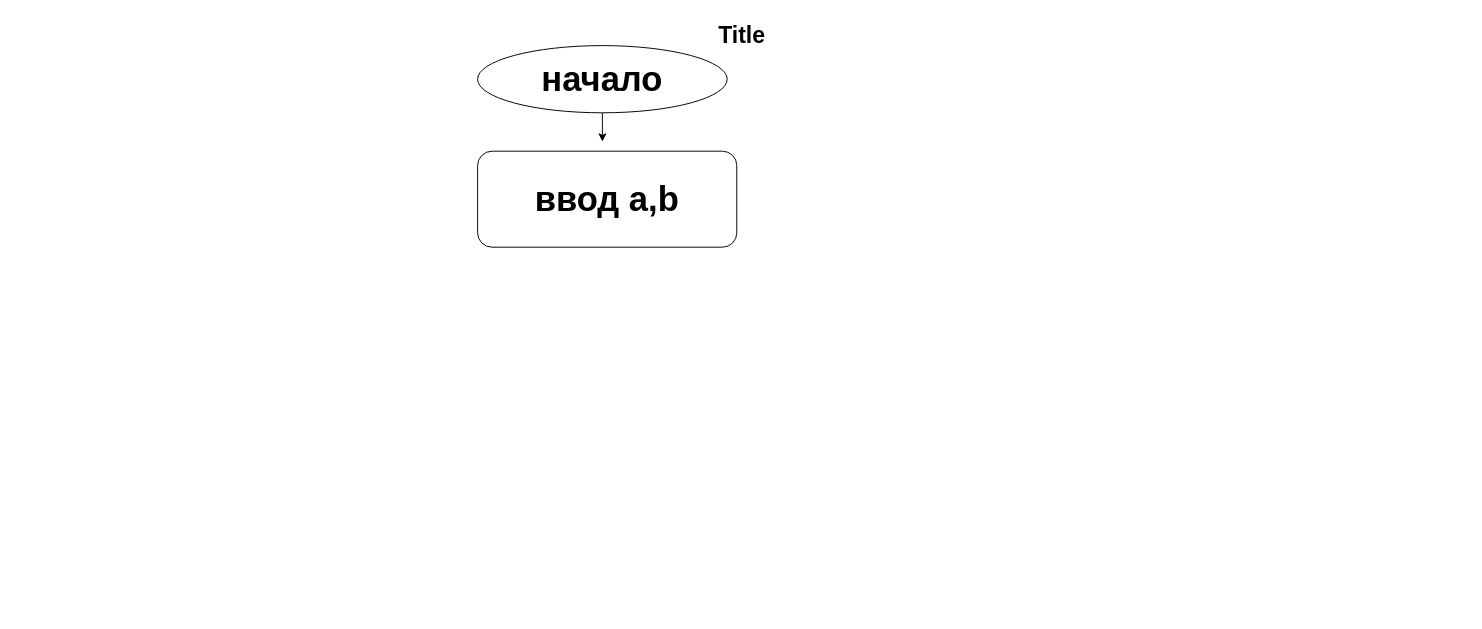
icerazor1989/GbDZ keeps this draw.io diagram as Untitled Diagram.drawio. Above is the earlier version. Source tidied: cells renumbered, new cells numbered last; positions are measured from the earlier drawing's top-left corner, leaving out a move shared by most shapes. Both pictures are drawn from the tidied source at 96%, with x=0, y=0 at pixel (16, 16).
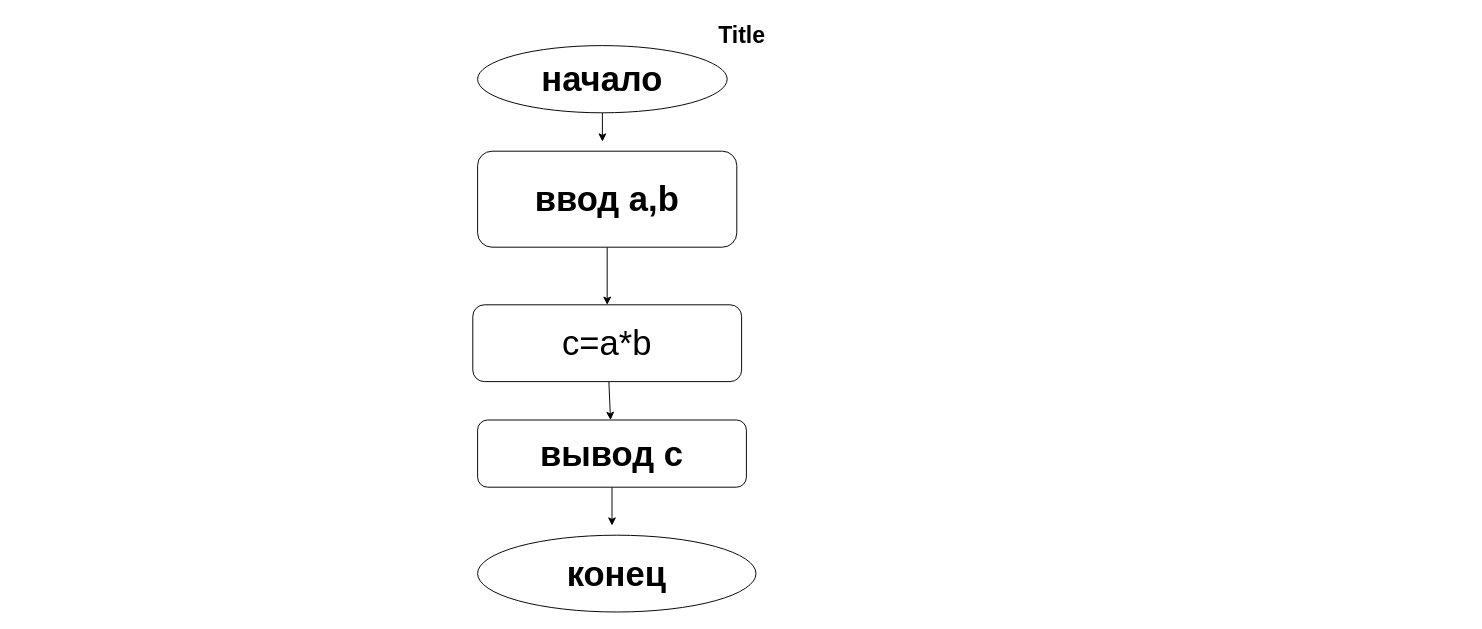
After the change.

The edit, as a diff of the source:
```diff
@@
 <mxGraphModel>
   <root>
     <mxCell id="0" />
     <mxCell id="1" parent="0" />
     <mxCell id="2" value="Title" style="text;strokeColor=none;fillColor=none;html=1;fontSize=24;fontStyle=1;verticalAlign=middle;align=center;" parent="1" vertex="1">
       <mxGeometry width="1510" height="40" as="geometry" />
     </mxCell>
     <mxCell id="3" style="edgeStyle=orthogonalEdgeStyle;rounded=0;jettySize=auto;html=1;exitX=0.5;exitY=1;exitDx=0;exitDy=0;" parent="1" edge="1" source="4">
       <mxGeometry relative="1" as="geometry">
         <mxPoint x="610" y="130" as="targetPoint" />
       </mxGeometry>
     </mxCell>
     <mxCell id="4" value="&lt;span style=&quot;font-size: 36px&quot;&gt;&lt;b&gt;начало&lt;/b&gt;&lt;/span&gt;" style="ellipse;whiteSpace=wrap;html=1;strokeColor=#000000;" parent="1" vertex="1">
       <mxGeometry x="480" y="30" width="260" height="70" as="geometry" />
     </mxCell>
+    <mxCell id="6" style="edgeStyle=none;rounded=0;jettySize=auto;html=1;" parent="1" edge="1" source="5">
+      <mxGeometry relative="1" as="geometry">
+        <mxPoint x="615" y="300" as="targetPoint" />
+      </mxGeometry>
+    </mxCell>
     <mxCell id="5" value="&lt;font style=&quot;font-size: 36px&quot;&gt;&lt;b&gt;ввод a,b&lt;/b&gt;&lt;/font&gt;" style="rounded=1;whiteSpace=wrap;html=1;strokeColor=#000000;" parent="1" vertex="1">
       <mxGeometry x="480" y="140" width="270" height="100" as="geometry" />
     </mxCell>
+    <mxCell id="7" style="edgeStyle=none;rounded=0;jettySize=auto;html=1;" parent="1" edge="1" source="8" target="11">
+      <mxGeometry relative="1" as="geometry" />
+    </mxCell>
+    <mxCell id="8" value="&lt;font style=&quot;font-size: 36px&quot;&gt;c=a*b&lt;/font&gt;" style="rounded=1;whiteSpace=wrap;html=1;strokeColor=#000000;" parent="1" vertex="1">
+      <mxGeometry x="475" y="300" width="280" height="80" as="geometry" />
+    </mxCell>
+    <mxCell id="9" style="edgeStyle=none;rounded=0;orthogonalLoop=1;jettySize=auto;html=1;exitX=0.5;exitY=0;exitDx=0;exitDy=0;" parent="1" edge="1" source="5" target="5">
+      <mxGeometry relative="1" as="geometry" />
+    </mxCell>
+    <mxCell id="10" style="edgeStyle=none;rounded=0;jettySize=auto;html=1;exitX=0.5;exitY=1;exitDx=0;exitDy=0;" parent="1" edge="1" source="11">
+      <mxGeometry relative="1" as="geometry">
+        <mxPoint x="620" y="530" as="targetPoint" />
+      </mxGeometry>
+    </mxCell>
+    <mxCell id="11" value="&lt;font style=&quot;font-size: 36px&quot;&gt;&lt;b&gt;вывод с&lt;/b&gt;&lt;/font&gt;" style="rounded=1;whiteSpace=wrap;html=1;strokeColor=#000000;" parent="1" vertex="1">
+      <mxGeometry x="480" y="420" width="280" height="70" as="geometry" />
+    </mxCell>
+    <mxCell id="12" value="&lt;font style=&quot;font-size: 36px&quot;&gt;&lt;b&gt;конец&lt;/b&gt;&lt;/font&gt;" style="ellipse;whiteSpace=wrap;html=1;strokeColor=#000000;" parent="1" vertex="1">
+      <mxGeometry x="480" y="540" width="290" height="80" as="geometry" />
+    </mxCell>
   </root>
 </mxGraphModel>
```
